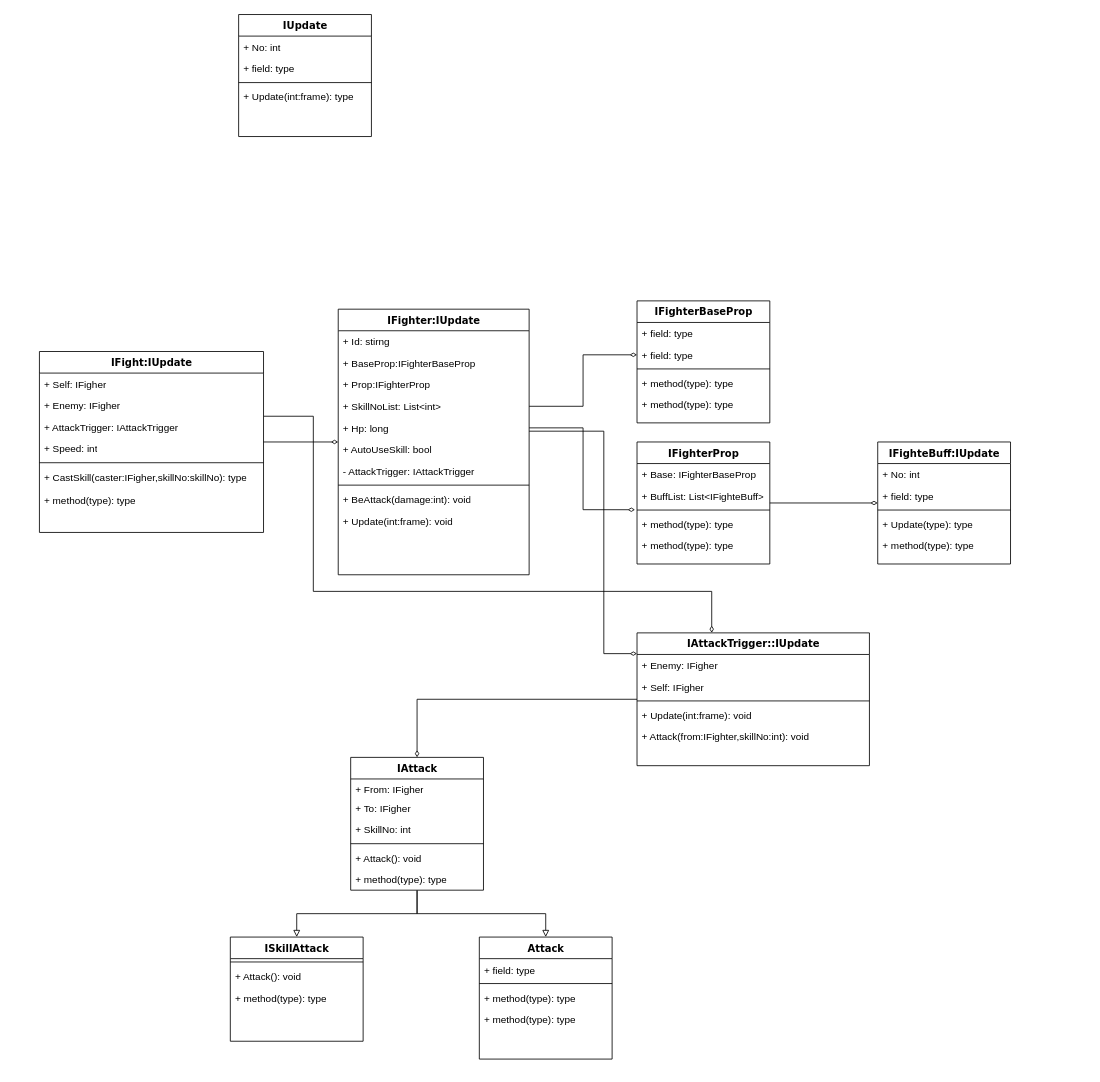
Above: Untitled Diagram.drawio in LqMask/Draw (draw.io), before the change. Source tidied: cells renumbered, new cells numbered last; positions are measured from the earlier drawing's top-left corner, leaving out a move shared by most shapes. Both pictures are drawn from the tidied source at 83%, with x=0, y=0 at pixel (39, 14).
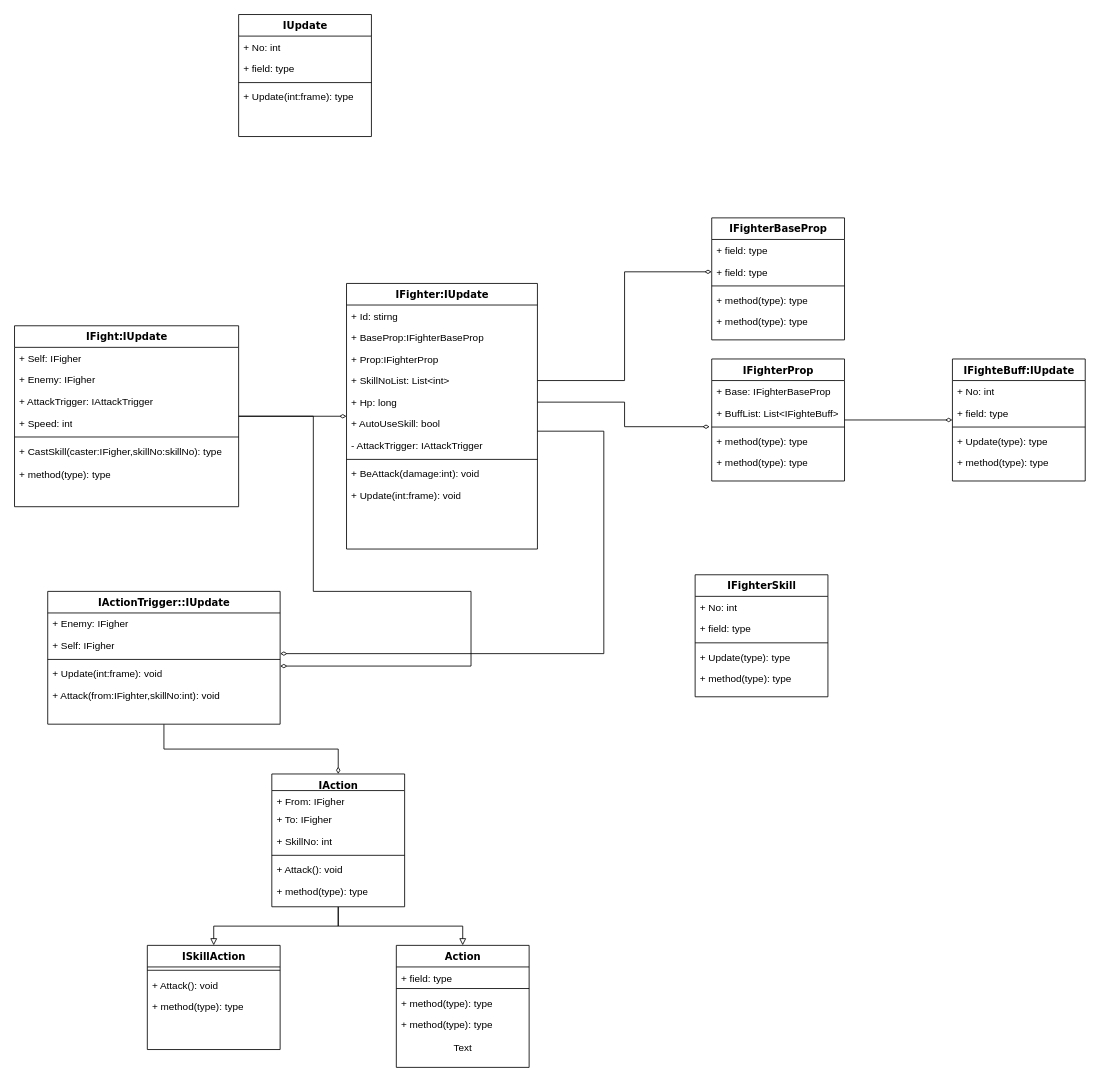
The same page after the edit.

The edit, as a diff of the source:
```diff
@@
     <mxCell id="2" style="edgeStyle=orthogonalEdgeStyle;rounded=0;jettySize=auto;html=1;endArrow=diamondThin;endFill=0;" parent="1" edge="1" source="3" target="62">
       <mxGeometry relative="1" as="geometry">
         <Array as="points">
           <mxPoint x="330" y="484" />
           <mxPoint x="330" y="695" />
-          <mxPoint x="810" y="695" />
+          <mxPoint x="520" y="695" />
+          <mxPoint x="520" y="785" />
         </Array>
       </mxGeometry>
     </mxCell>
     <mxCell id="3" value="IFight:IUpdate" style="swimlane;html=1;fontStyle=1;align=center;verticalAlign=top;horizontal=1;startSize=26;swimlaneFillColor=#ffffff;rounded=0;shadow=0;comic=0;labelBackgroundColor=none;strokeWidth=1;fillColor=none;fontFamily=Verdana;fontSize=12;" parent="1" vertex="1">
-      <mxGeometry y="406" width="270" height="218" as="geometry" />
+      <mxGeometry x="-30" y="375" width="270" height="218" as="geometry" />
     </mxCell>
@@
     <mxCell id="11" value="IFighter:IUpdate" style="swimlane;html=1;fontStyle=1;align=center;verticalAlign=top;horizontal=1;startSize=26;swimlaneFillColor=#ffffff;rounded=0;shadow=0;comic=0;labelBackgroundColor=none;strokeWidth=1;fillColor=none;fontFamily=Verdana;fontSize=12;" parent="1" vertex="1">
-      <mxGeometry x="360" y="355" width="230" height="320" as="geometry" />
+      <mxGeometry x="370" y="324" width="230" height="320" as="geometry" />
     </mxCell>
@@
     <mxCell id="22" value="IFighterBaseProp" style="swimlane;html=1;fontStyle=1;align=center;verticalAlign=top;horizontal=1;startSize=26;swimlaneFillColor=#ffffff;rounded=0;shadow=0;comic=0;labelBackgroundColor=none;strokeWidth=1;fillColor=none;fontFamily=Verdana;fontSize=12;" parent="1" vertex="1">
-      <mxGeometry x="720" y="345" width="160" height="147" as="geometry" />
+      <mxGeometry x="810" y="245" width="160" height="147" as="geometry" />
     </mxCell>
@@
     <mxCell id="28" value="IFighteBuff:IUpdate" style="swimlane;html=1;fontStyle=1;align=center;verticalAlign=top;horizontal=1;startSize=26;swimlaneFillColor=#ffffff;rounded=0;shadow=0;comic=0;labelBackgroundColor=none;strokeWidth=1;fillColor=none;fontFamily=Verdana;fontSize=12;" parent="1" vertex="1">
-      <mxGeometry x="1010" y="515" width="160" height="147" as="geometry" />
+      <mxGeometry x="1100" y="415" width="160" height="147" as="geometry" />
     </mxCell>
@@
     <mxCell id="34" value="IFighterProp" style="swimlane;html=1;fontStyle=1;align=center;verticalAlign=top;horizontal=1;startSize=26;swimlaneFillColor=#ffffff;rounded=0;shadow=0;comic=0;labelBackgroundColor=none;strokeWidth=1;fillColor=none;fontFamily=Verdana;fontSize=12;" parent="1" vertex="1">
-      <mxGeometry x="720" y="515" width="160" height="147" as="geometry" />
+      <mxGeometry x="810" y="415" width="160" height="147" as="geometry" />
     </mxCell>
@@
-    <mxCell id="42" value="IAttack" style="swimlane;html=1;fontStyle=1;align=center;verticalAlign=top;horizontal=1;startSize=26;swimlaneFillColor=#ffffff;rounded=0;shadow=0;comic=0;labelBackgroundColor=none;strokeWidth=1;fillColor=none;fontFamily=Verdana;fontSize=12;" parent="1" vertex="1">
-      <mxGeometry x="375" y="895" width="160" height="160" as="geometry" />
+    <mxCell id="42" value="IAction" style="swimlane;html=1;fontStyle=1;align=center;verticalAlign=top;horizontal=1;startSize=20;swimlaneFillColor=#ffffff;rounded=0;shadow=0;comic=0;labelBackgroundColor=none;strokeWidth=1;fillColor=none;fontFamily=Verdana;fontSize=12;" parent="1" vertex="1">
+      <mxGeometry x="280" y="915" width="160" height="160" as="geometry" />
     </mxCell>
     <mxCell id="43" value="+ From: IFigher" style="text;html=1;strokeColor=none;fillColor=none;align=left;verticalAlign=top;spacingLeft=4;spacingRight=4;whiteSpace=wrap;overflow=hidden;" parent="42" vertex="1">
-      <mxGeometry y="26" width="160" height="22" as="geometry" />
+      <mxGeometry y="20" width="160" height="22" as="geometry" />
     </mxCell>
     <mxCell id="44" value="+ To: IFigher" style="text;html=1;strokeColor=none;fillColor=none;align=left;verticalAlign=top;spacingLeft=4;spacingRight=4;whiteSpace=wrap;overflow=hidden;" parent="42" vertex="1">
-      <mxGeometry y="48" width="160" height="26" as="geometry" />
+      <mxGeometry y="42" width="160" height="26" as="geometry" />
     </mxCell>
     <mxCell id="45" value="+ SkillNo: int" style="text;html=1;strokeColor=none;fillColor=none;align=left;verticalAlign=top;spacingLeft=4;spacingRight=4;whiteSpace=wrap;overflow=hidden;" parent="42" vertex="1">
-      <mxGeometry y="74" width="160" height="26" as="geometry" />
+      <mxGeometry y="68" width="160" height="26" as="geometry" />
     </mxCell>
     <mxCell id="46" style="line;html=1;strokeWidth=1;fillColor=none;align=left;verticalAlign=middle;spacingTop=-1;spacingLeft=3;spacingRight=3;labelPosition=right;" parent="42" vertex="1">
-      <mxGeometry y="100" width="160" height="8" as="geometry" />
+      <mxGeometry y="94" width="160" height="8" as="geometry" />
     </mxCell>
     <mxCell id="47" value="+ Attack(): void" style="text;html=1;strokeColor=none;fillColor=none;align=left;verticalAlign=top;spacingLeft=4;spacingRight=4;whiteSpace=wrap;overflow=hidden;" parent="42" vertex="1">
-      <mxGeometry y="108" width="160" height="26" as="geometry" />
+      <mxGeometry y="102" width="160" height="26" as="geometry" />
     </mxCell>
     <mxCell id="48" value="+ method(type): type" style="text;html=1;strokeColor=none;fillColor=none;align=left;verticalAlign=top;spacingLeft=4;spacingRight=4;whiteSpace=wrap;overflow=hidden;" parent="42" vertex="1">
-      <mxGeometry y="134" width="160" height="26" as="geometry" />
+      <mxGeometry y="128" width="160" height="26" as="geometry" />
     </mxCell>
-    <mxCell id="49" value="ISkillAttack" style="swimlane;html=1;fontStyle=1;align=center;verticalAlign=top;horizontal=1;startSize=26;swimlaneFillColor=#ffffff;rounded=0;shadow=0;comic=0;labelBackgroundColor=none;strokeWidth=1;fillColor=none;fontFamily=Verdana;fontSize=12;" parent="1" vertex="1">
-      <mxGeometry x="230" y="1111.5" width="160" height="125.5" as="geometry" />
+    <mxCell id="49" value="ISkillAction" style="swimlane;html=1;fontStyle=1;align=center;verticalAlign=top;horizontal=1;startSize=26;swimlaneFillColor=#ffffff;rounded=0;shadow=0;comic=0;labelBackgroundColor=none;strokeWidth=1;fillColor=none;fontFamily=Verdana;fontSize=12;" parent="1" vertex="1">
+      <mxGeometry x="130" y="1121.5" width="160" height="125.5" as="geometry" />
     </mxCell>
@@
-    <mxCell id="53" value="Attack" style="swimlane;html=1;fontStyle=1;align=center;verticalAlign=top;horizontal=1;startSize=26;swimlaneFillColor=#ffffff;rounded=0;shadow=0;comic=0;labelBackgroundColor=none;strokeWidth=1;fillColor=none;fontFamily=Verdana;fontSize=12;" parent="1" vertex="1">
-      <mxGeometry x="530" y="1111.5" width="160" height="147" as="geometry" />
+    <mxCell id="53" value="Action" style="swimlane;html=1;fontStyle=1;align=center;verticalAlign=top;horizontal=1;startSize=26;swimlaneFillColor=#ffffff;rounded=0;shadow=0;comic=0;labelBackgroundColor=none;strokeWidth=1;fillColor=none;fontFamily=Verdana;fontSize=12;" parent="1" vertex="1">
+      <mxGeometry x="430" y="1121.5" width="160" height="147" as="geometry" />
     </mxCell>
     <mxCell id="54" value="+ field: type" style="text;html=1;strokeColor=none;fillColor=none;align=left;verticalAlign=top;spacingLeft=4;spacingRight=4;whiteSpace=wrap;overflow=hidden;" parent="53" vertex="1">
-      <mxGeometry y="26" width="160" height="26" as="geometry" />
+      <mxGeometry y="26" width="160" height="22" as="geometry" />
     </mxCell>
     <mxCell id="55" style="line;html=1;strokeWidth=1;fillColor=none;align=left;verticalAlign=middle;spacingTop=-1;spacingLeft=3;spacingRight=3;labelPosition=right;" parent="53" vertex="1">
-      <mxGeometry y="52" width="160" height="8" as="geometry" />
+      <mxGeometry y="48" width="160" height="8" as="geometry" />
     </mxCell>
     <mxCell id="56" value="+ method(type): type" style="text;html=1;strokeColor=none;fillColor=none;align=left;verticalAlign=top;spacingLeft=4;spacingRight=4;whiteSpace=wrap;overflow=hidden;" parent="53" vertex="1">
-      <mxGeometry y="60" width="160" height="26" as="geometry" />
+      <mxGeometry y="56" width="160" height="26" as="geometry" />
     </mxCell>
     <mxCell id="57" value="+ method(type): type" style="text;html=1;strokeColor=none;fillColor=none;align=left;verticalAlign=top;spacingLeft=4;spacingRight=4;whiteSpace=wrap;overflow=hidden;" parent="53" vertex="1">
-      <mxGeometry y="86" width="160" height="26" as="geometry" />
+      <mxGeometry y="82" width="160" height="26" as="geometry" />
     </mxCell>
+    <mxCell id="75" value="Text" style="text;html=1;align=center;verticalAlign=middle;strokeColor=none;fillColor=none;" parent="53" vertex="1">
+      <mxGeometry y="108" width="160" height="30" as="geometry" />
+    </mxCell>
@@
-    <mxCell id="62" value="IAttackTrigger::IUpdate" style="swimlane;html=1;fontStyle=1;align=center;verticalAlign=top;horizontal=1;startSize=26;swimlaneFillColor=#ffffff;rounded=0;shadow=0;comic=0;labelBackgroundColor=none;strokeWidth=1;fillColor=none;fontFamily=Verdana;fontSize=12;" parent="1" vertex="1">
-      <mxGeometry x="720" y="745" width="280" height="160" as="geometry" />
+    <mxCell id="62" value="IActionTrigger::IUpdate" style="swimlane;html=1;fontStyle=1;align=center;verticalAlign=top;horizontal=1;startSize=26;swimlaneFillColor=#ffffff;rounded=0;shadow=0;comic=0;labelBackgroundColor=none;strokeWidth=1;fillColor=none;fontFamily=Verdana;fontSize=12;" parent="1" vertex="1">
+      <mxGeometry x="10" y="695" width="280" height="160" as="geometry" />
     </mxCell>
@@
+    <mxCell id="76" value="IFighterSkill" style="swimlane;html=1;fontStyle=1;align=center;verticalAlign=top;horizontal=1;startSize=26;swimlaneFillColor=#ffffff;rounded=0;shadow=0;comic=0;labelBackgroundColor=none;strokeWidth=1;fillColor=none;fontFamily=Verdana;fontSize=12;" parent="1" vertex="1">
+      <mxGeometry x="790" y="675" width="160" height="147" as="geometry" />
+    </mxCell>
+    <mxCell id="77" value="+ No: int" style="text;html=1;strokeColor=none;fillColor=none;align=left;verticalAlign=top;spacingLeft=4;spacingRight=4;whiteSpace=wrap;overflow=hidden;" parent="76" vertex="1">
+      <mxGeometry y="26" width="160" height="26" as="geometry" />
+    </mxCell>
+    <mxCell id="78" value="+ field: type" style="text;html=1;strokeColor=none;fillColor=none;align=left;verticalAlign=top;spacingLeft=4;spacingRight=4;whiteSpace=wrap;overflow=hidden;" parent="76" vertex="1">
+      <mxGeometry y="52" width="160" height="26" as="geometry" />
+    </mxCell>
+    <mxCell id="79" style="line;html=1;strokeWidth=1;fillColor=none;align=left;verticalAlign=middle;spacingTop=-1;spacingLeft=3;spacingRight=3;labelPosition=right;" parent="76" vertex="1">
+      <mxGeometry y="78" width="160" height="8" as="geometry" />
+    </mxCell>
+    <mxCell id="80" value="+ Update(type): type" style="text;html=1;strokeColor=none;fillColor=none;align=left;verticalAlign=top;spacingLeft=4;spacingRight=4;whiteSpace=wrap;overflow=hidden;" parent="76" vertex="1">
+      <mxGeometry y="86" width="160" height="26" as="geometry" />
+    </mxCell>
+    <mxCell id="81" value="+ method(type): type" style="text;html=1;strokeColor=none;fillColor=none;align=left;verticalAlign=top;spacingLeft=4;spacingRight=4;whiteSpace=wrap;overflow=hidden;" parent="76" vertex="1">
+      <mxGeometry y="112" width="160" height="26" as="geometry" />
+    </mxCell>
```
